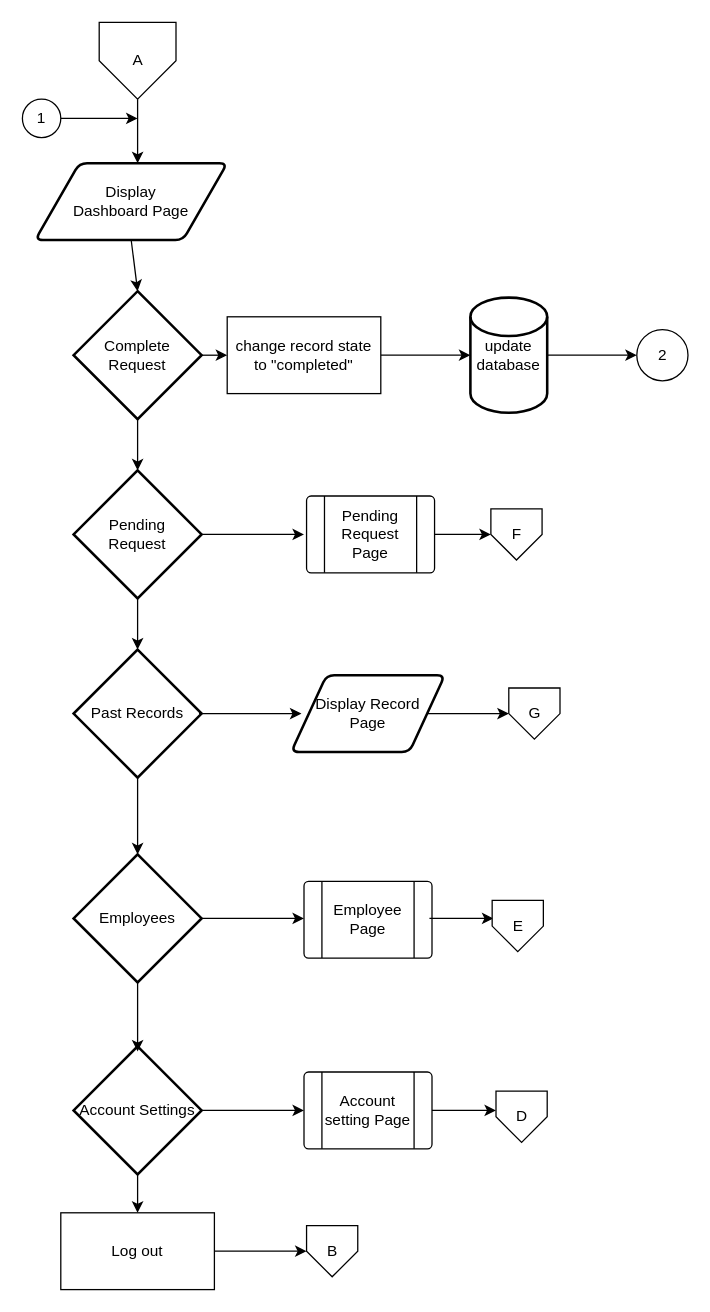
The draw.io diagram page "(A) Admin Dashboard Page" (2 of 10) of Flowchart.drawio in justpaulmiguel/Web1Proj, before the edit. Source tidied: cells renumbered, new cells numbered last; positions are measured from the earlier drawing's top-left corner, leaving out a move shared by most shapes. Both pictures are drawn from the tidied source at 128%, with x=0, y=0 at pixel (22, 22).
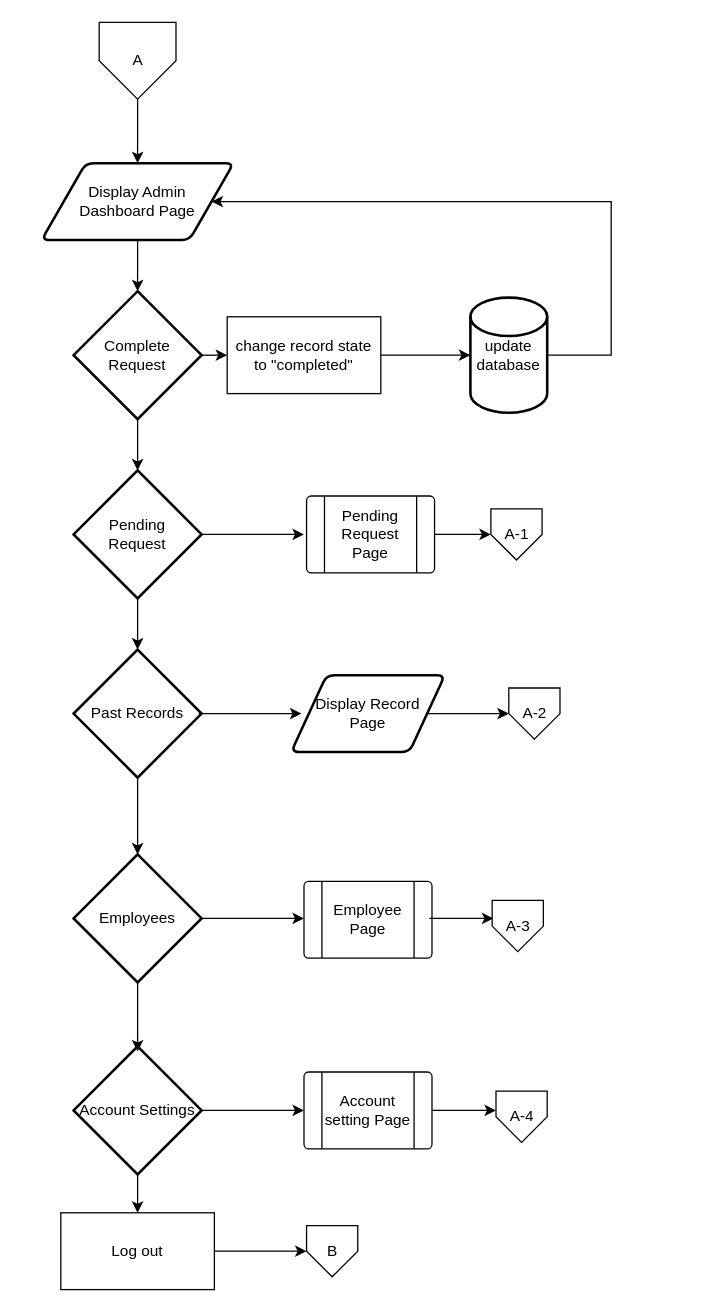
The same diagram, later.

Unchanged cells that the change refers to:
```xml
<mxCell id="38" value="update&lt;br&gt;database" style="strokeWidth=2;html=1;shape=mxgraph.flowchart.database;whiteSpace=wrap;" parent="1" vertex="1">
  <mxGeometry x="350" y="215" width="60" height="90" as="geometry" />
</mxCell>
```

What changed in the source:
```diff
@@
-    <mxCell id="18" value="D" style="verticalLabelPosition=middle;verticalAlign=middle;html=1;shape=offPageConnector;rounded=0;size=0.5;labelPosition=center;align=center;" parent="1" vertex="1">
+    <mxCell id="18" value="A-4" style="verticalLabelPosition=middle;verticalAlign=middle;html=1;shape=offPageConnector;rounded=0;size=0.5;labelPosition=center;align=center;" parent="1" vertex="1">
       <mxGeometry x="370" y="835" width="40" height="40" as="geometry" />
     </mxCell>
@@
-    <mxCell id="22" value="E" style="verticalLabelPosition=middle;verticalAlign=middle;html=1;shape=offPageConnector;rounded=0;size=0.5;labelPosition=center;align=center;" parent="1" vertex="1">
+    <mxCell id="22" value="A-3" style="verticalLabelPosition=middle;verticalAlign=middle;html=1;shape=offPageConnector;rounded=0;size=0.5;labelPosition=center;align=center;" parent="1" vertex="1">
       <mxGeometry x="367" y="686" width="40" height="40" as="geometry" />
     </mxCell>
@@
-    <mxCell id="29" style="edgeStyle=orthogonalEdgeStyle;rounded=0;jettySize=auto;html=1;" parent="1" edge="1" source="30">
-      <mxGeometry relative="1" as="geometry">
-        <mxPoint x="90" y="75" as="targetPoint" />
-      </mxGeometry>
-    </mxCell>
-    <mxCell id="30" value="1" style="ellipse;whiteSpace=wrap;html=1;" parent="1" vertex="1">
-      <mxGeometry y="60" width="30" height="30" as="geometry" />
-    </mxCell>
-    <mxCell id="31" value="F" style="verticalLabelPosition=middle;verticalAlign=middle;html=1;shape=offPageConnector;rounded=0;size=0.5;labelPosition=center;align=center;" parent="1" vertex="1">
+    <mxCell id="31" value="A-1" style="verticalLabelPosition=middle;verticalAlign=middle;html=1;shape=offPageConnector;rounded=0;size=0.5;labelPosition=center;align=center;" parent="1" vertex="1">
       <mxGeometry x="366" y="380" width="40" height="40" as="geometry" />
     </mxCell>
@@
-    <mxCell id="33" value="Display &lt;br&gt;Dashboard Page" style="shape=parallelogram;html=1;strokeWidth=2;perimeter=parallelogramPerimeter;whiteSpace=wrap;rounded=1;arcSize=12;size=0.23;" parent="1" vertex="1">
-      <mxGeometry x="10" y="110" width="150" height="60" as="geometry" />
+    <mxCell id="33" value="Display Admin&lt;br&gt;Dashboard Page" style="shape=parallelogram;html=1;strokeWidth=2;perimeter=parallelogramPerimeter;whiteSpace=wrap;rounded=1;arcSize=12;size=0.23;" parent="1" vertex="1">
+      <mxGeometry x="15" y="110" width="150" height="60" as="geometry" />
     </mxCell>
@@
-    <mxCell id="37" style="edgeStyle=orthogonalEdgeStyle;rounded=0;jettySize=auto;html=1;exitX=1;exitY=0.5;exitDx=0;exitDy=0;exitPerimeter=0;entryX=0;entryY=0.5;entryDx=0;entryDy=0;entryPerimeter=0;" parent="1" edge="1" source="38" target="39">
-      <mxGeometry relative="1" as="geometry" />
+    <mxCell id="37" style="edgeStyle=orthogonalEdgeStyle;rounded=0;jettySize=auto;html=1;exitX=1;exitY=0.5;exitDx=0;exitDy=0;exitPerimeter=0;entryX=1;entryY=0.5;entryDx=0;entryDy=0;" parent="1" edge="1" source="38" target="33">
+      <mxGeometry relative="1" as="geometry">
+        <Array as="points">
+          <mxPoint x="460" y="260" />
+          <mxPoint x="460" y="140" />
+        </Array>
+      </mxGeometry>
     </mxCell>
@@
-    <mxCell id="39" value="2" style="verticalLabelPosition=middle;verticalAlign=middle;html=1;shape=mxgraph.flowchart.on-page_reference;labelPosition=center;align=center;" parent="1" vertex="1">
-      <mxGeometry x="480" y="240" width="40" height="40" as="geometry" />
-    </mxCell>
@@
-    <mxCell id="42" value="G" style="verticalLabelPosition=middle;verticalAlign=middle;html=1;shape=offPageConnector;rounded=0;size=0.5;labelPosition=center;align=center;" parent="1" vertex="1">
+    <mxCell id="42" value="A-2" style="verticalLabelPosition=middle;verticalAlign=middle;html=1;shape=offPageConnector;rounded=0;size=0.5;labelPosition=center;align=center;" parent="1" vertex="1">
       <mxGeometry x="380" y="520" width="40" height="40" as="geometry" />
     </mxCell>
```
